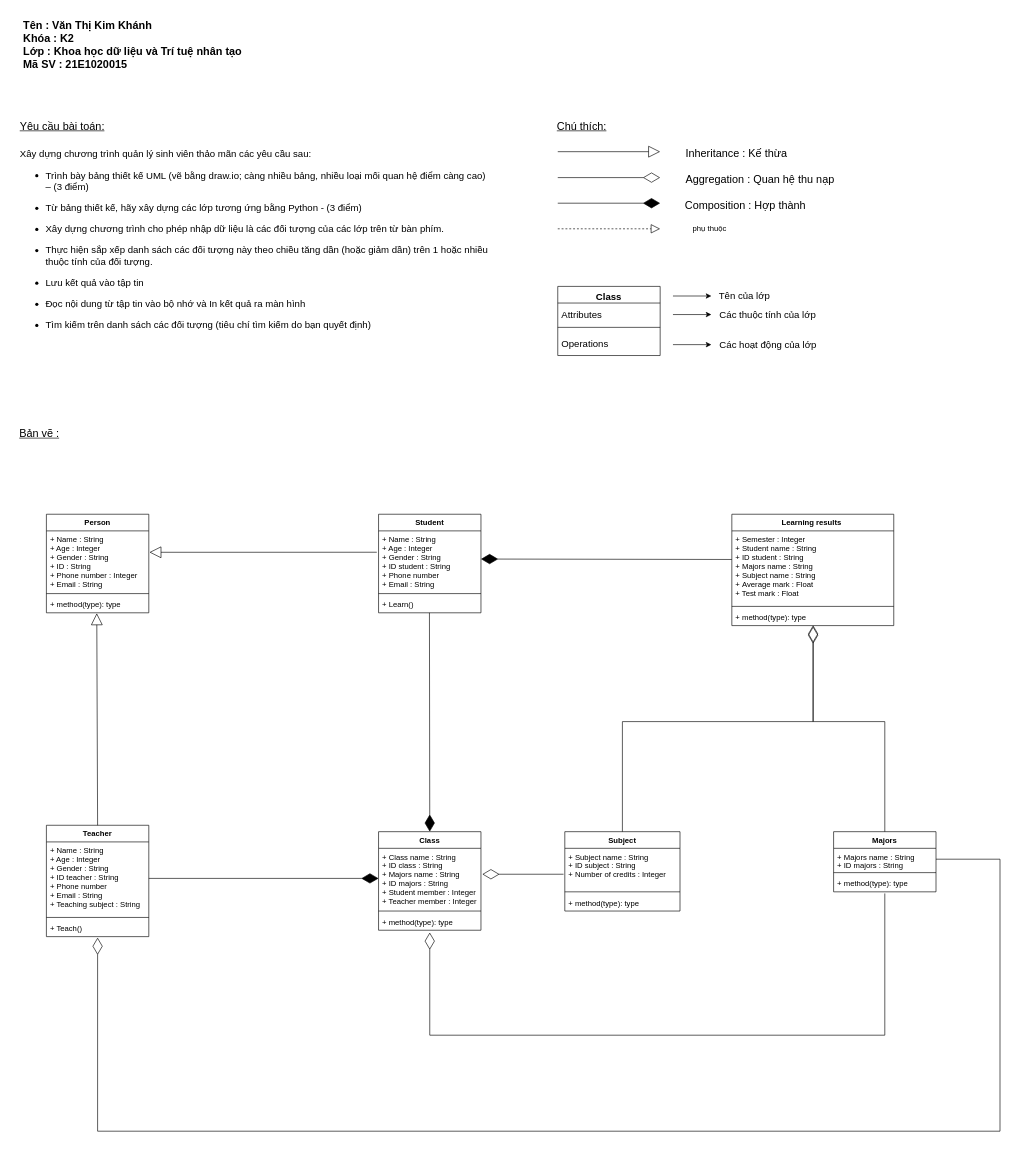
Above: Bản vẽ thiết kế UML đồ án Python.drawio in VanThiKimKhanh/Van_Thi_Kim_Khanh_K2_KHDLTTNT_NNLT_PYTHON (draw.io), before the change. Source tidied: cells renumbered, new cells numbered last; positions are measured from the earlier drawing's top-left corner, leaving out a move shared by most shapes. Both pictures are drawn from the tidied source at 64%, with x=0, y=0 at pixel (11, 11).
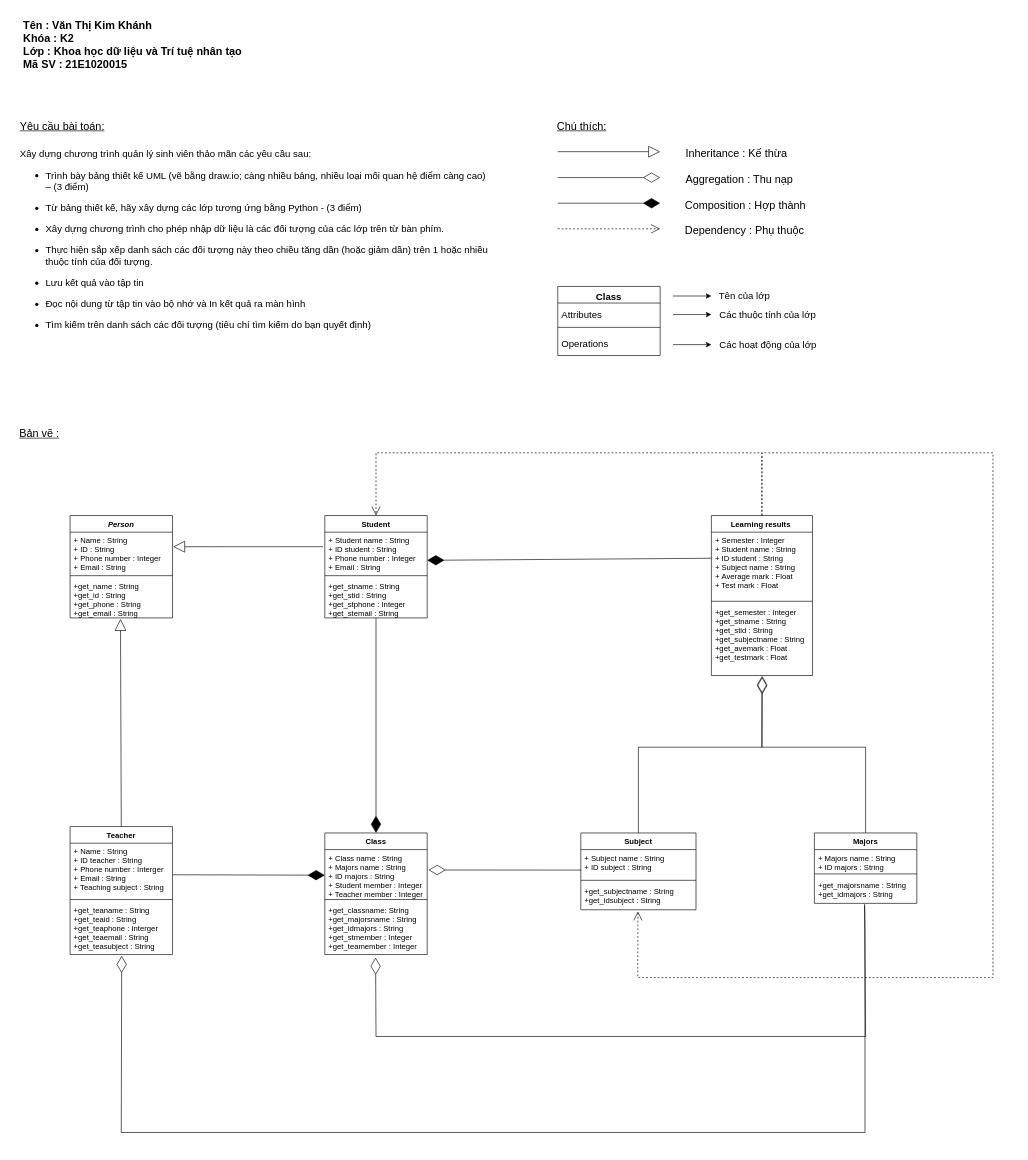
Above is the later version.

Unchanged cells that the change refers to:
```xml
<mxCell id="32" value="+ Majors name : String&#10;+ ID majors : String" style="text;strokeColor=none;fillColor=none;align=left;verticalAlign=top;spacingLeft=4;spacingRight=4;overflow=hidden;points=[[0,0.5],[1,0.5]];portConstraint=eastwest;" parent="31" vertex="1">
  <mxGeometry y="26" width="160" height="34" as="geometry" />
</mxCell>
```

The edit, as a diff of the source:
```diff
@@
-    <mxCell id="9" value="Aggregation : Quan hệ thu nạp" style="text;html=1;align=left;verticalAlign=bottom;strokeColor=none;fillColor=none;fontSize=17;spacing=0;spacingTop=0;" parent="1" vertex="1">
-      <mxGeometry x="1054" y="244" width="250" height="30" as="geometry" />
+    <mxCell id="9" value="Aggregation : Thu nạp" style="text;html=1;align=left;verticalAlign=bottom;strokeColor=none;fillColor=none;fontSize=17;spacing=0;spacingTop=0;" parent="1" vertex="1">
+      <mxGeometry x="1054" y="244" width="180" height="30" as="geometry" />
     </mxCell>
@@
-    <mxCell id="23" value="Person" style="swimlane;fontStyle=1;align=center;verticalAlign=top;horizontal=1;startSize=26;" parent="1" vertex="1">
-      <mxGeometry x="55" y="786" width="160" height="154" as="geometry" />
+    <mxCell id="23" value="Person" style="swimlane;fontStyle=3;align=center;verticalAlign=top;horizontal=1;startSize=26;" parent="1" vertex="1">
+      <mxGeometry x="92" y="788" width="160" height="160" as="geometry" />
     </mxCell>
-    <mxCell id="24" value="+ Name : String&#10;+ Age : Integer&#10;+ Gender : String&#10;+ ID : String&#10;+ Phone number : Integer&#10;+ Email : String" style="text;strokeColor=none;fillColor=none;align=left;verticalAlign=top;spacingLeft=4;spacingRight=4;overflow=hidden;points=[[0,0.5],[1,0.5]];portConstraint=eastwest;" parent="23" vertex="1">
-      <mxGeometry y="26" width="160" height="94" as="geometry" />
+    <mxCell id="24" value="+ Name : String&#10;+ ID : String&#10;+ Phone number : Integer&#10;+ Email : String" style="text;strokeColor=none;fillColor=none;align=left;verticalAlign=top;spacingLeft=4;spacingRight=4;overflow=hidden;points=[[0,0.5],[1,0.5]];portConstraint=eastwest;" parent="23" vertex="1">
+      <mxGeometry y="26" width="160" height="64" as="geometry" />
     </mxCell>
     <mxCell id="25" style="line;strokeWidth=1;fillColor=none;align=left;verticalAlign=middle;spacingTop=-1;spacingLeft=3;spacingRight=3;labelPosition=right;" parent="23" vertex="1">
-      <mxGeometry y="120" width="160" height="8" as="geometry" />
+      <mxGeometry y="90" width="160" height="8" as="geometry" />
     </mxCell>
-    <mxCell id="26" value="+ method(type): type" style="text;strokeColor=none;fillColor=none;align=left;verticalAlign=top;spacingLeft=4;spacingRight=4;overflow=hidden;points=[[0,0.5],[1,0.5]];portConstraint=eastwest;" parent="23" vertex="1">
-      <mxGeometry y="128" width="160" height="26" as="geometry" />
+    <mxCell id="26" value="+get_name : String&#10;+get_id : String&#10;+get_phone : String&#10;+get_email : String" style="text;strokeColor=none;fillColor=none;align=left;verticalAlign=top;spacingLeft=4;spacingRight=4;overflow=hidden;points=[[0,0.5],[1,0.5]];portConstraint=eastwest;" parent="23" vertex="1">
+      <mxGeometry y="98" width="160" height="62" as="geometry" />
     </mxCell>
     <mxCell id="27" value="Subject" style="swimlane;fontStyle=1;align=center;verticalAlign=top;horizontal=1;startSize=26;" parent="1" vertex="1">
-      <mxGeometry x="865" y="1282" width="180" height="124" as="geometry" />
+      <mxGeometry x="890" y="1284" width="180" height="120" as="geometry" />
     </mxCell>
-    <mxCell id="28" value="+ Subject name : String&#10;+ ID subject : String&#10;+ Number of credits : Integer" style="text;strokeColor=none;fillColor=none;align=left;verticalAlign=top;spacingLeft=4;spacingRight=4;overflow=hidden;points=[[0,0.5],[1,0.5]];portConstraint=eastwest;" parent="27" vertex="1">
-      <mxGeometry y="26" width="180" height="64" as="geometry" />
+    <mxCell id="28" value="+ Subject name : String&#10;+ ID subject : String" style="text;strokeColor=none;fillColor=none;align=left;verticalAlign=top;spacingLeft=4;spacingRight=4;overflow=hidden;points=[[0,0.5],[1,0.5]];portConstraint=eastwest;" parent="27" vertex="1">
+      <mxGeometry y="26" width="180" height="44" as="geometry" />
     </mxCell>
     <mxCell id="29" style="line;strokeWidth=1;fillColor=none;align=left;verticalAlign=middle;spacingTop=-1;spacingLeft=3;spacingRight=3;labelPosition=right;" parent="27" vertex="1">
-      <mxGeometry y="90" width="180" height="8" as="geometry" />
+      <mxGeometry y="70" width="180" height="8" as="geometry" />
     </mxCell>
-    <mxCell id="30" value="+ method(type): type" style="text;strokeColor=none;fillColor=none;align=left;verticalAlign=top;spacingLeft=4;spacingRight=4;overflow=hidden;points=[[0,0.5],[1,0.5]];portConstraint=eastwest;" parent="27" vertex="1">
-      <mxGeometry y="98" width="180" height="26" as="geometry" />
+    <mxCell id="30" value="+get_subjectname : String&#10;+get_idsubject : String" style="text;strokeColor=none;fillColor=none;align=left;verticalAlign=top;spacingLeft=4;spacingRight=4;overflow=hidden;points=[[0,0.5],[1,0.5]];portConstraint=eastwest;" parent="27" vertex="1">
+      <mxGeometry y="78" width="180" height="42" as="geometry" />
     </mxCell>
     <mxCell id="31" value="Majors" style="swimlane;fontStyle=1;align=center;verticalAlign=top;horizontal=1;startSize=26;" parent="1" vertex="1">
-      <mxGeometry x="1285" y="1282" width="160" height="94" as="geometry" />
+      <mxGeometry x="1255" y="1284" width="160" height="110" as="geometry" />
     </mxCell>
@@
-    <mxCell id="34" value="+ method(type): type" style="text;strokeColor=none;fillColor=none;align=left;verticalAlign=top;spacingLeft=4;spacingRight=4;overflow=hidden;points=[[0,0.5],[1,0.5]];portConstraint=eastwest;" parent="31" vertex="1">
-      <mxGeometry y="68" width="160" height="26" as="geometry" />
+    <mxCell id="34" value="+get_majorsname : String&#10;+get_idmajors : String" style="text;strokeColor=none;fillColor=none;align=left;verticalAlign=top;spacingLeft=4;spacingRight=4;overflow=hidden;points=[[0,0.5],[1,0.5]];portConstraint=eastwest;" parent="31" vertex="1">
+      <mxGeometry y="68" width="160" height="42" as="geometry" />
     </mxCell>
     <mxCell id="35" value="Teacher" style="swimlane;fontStyle=1;align=center;verticalAlign=top;horizontal=1;startSize=26;" parent="1" vertex="1">
-      <mxGeometry x="55" y="1272" width="160" height="174" as="geometry" />
+      <mxGeometry x="92" y="1274" width="160" height="200" as="geometry" />
     </mxCell>
-    <mxCell id="36" value="+ Name : String&#10;+ Age : Integer&#10;+ Gender : String&#10;+ ID teacher : String&#10;+ Phone number&#10;+ Email : String&#10;+ Teaching subject : String" style="text;strokeColor=none;fillColor=none;align=left;verticalAlign=top;spacingLeft=4;spacingRight=4;overflow=hidden;points=[[0,0.5],[1,0.5]];portConstraint=eastwest;" parent="35" vertex="1">
-      <mxGeometry y="26" width="160" height="114" as="geometry" />
+    <mxCell id="36" value="+ Name : String&#10;+ ID teacher : String&#10;+ Phone number : Interger&#10;+ Email : String&#10;+ Teaching subject : String" style="text;strokeColor=none;fillColor=none;align=left;verticalAlign=top;spacingLeft=4;spacingRight=4;overflow=hidden;points=[[0,0.5],[1,0.5]];portConstraint=eastwest;" parent="35" vertex="1">
+      <mxGeometry y="26" width="160" height="84" as="geometry" />
     </mxCell>
     <mxCell id="37" style="line;strokeWidth=1;fillColor=none;align=left;verticalAlign=middle;spacingTop=-1;spacingLeft=3;spacingRight=3;labelPosition=right;" parent="35" vertex="1">
-      <mxGeometry y="140" width="160" height="8" as="geometry" />
+      <mxGeometry y="110" width="160" height="8" as="geometry" />
     </mxCell>
-    <mxCell id="38" value="+ Teach()" style="text;strokeColor=none;fillColor=none;align=left;verticalAlign=top;spacingLeft=4;spacingRight=4;overflow=hidden;points=[[0,0.5],[1,0.5]];portConstraint=eastwest;" parent="35" vertex="1">
-      <mxGeometry y="148" width="160" height="26" as="geometry" />
+    <mxCell id="38" value="+get_teaname : String&#10;+get_teaid : String&#10;+get_teaphone : Interger&#10;+get_teaemail : String&#10;+get_teasubject : String" style="text;strokeColor=none;fillColor=none;align=left;verticalAlign=top;spacingLeft=4;spacingRight=4;overflow=hidden;points=[[0,0.5],[1,0.5]];portConstraint=eastwest;" parent="35" vertex="1">
+      <mxGeometry y="118" width="160" height="82" as="geometry" />
     </mxCell>
     <mxCell id="39" value="Student" style="swimlane;fontStyle=1;align=center;verticalAlign=top;horizontal=1;startSize=26;" parent="1" vertex="1">
-      <mxGeometry x="574" y="786" width="160" height="154" as="geometry" />
+      <mxGeometry x="490" y="788" width="160" height="160" as="geometry" />
     </mxCell>
-    <mxCell id="40" value="+ Name : String&#10;+ Age : Integer&#10;+ Gender : String&#10;+ ID student : String&#10;+ Phone number&#10;+ Email : String" style="text;strokeColor=none;fillColor=none;align=left;verticalAlign=top;spacingLeft=4;spacingRight=4;overflow=hidden;points=[[0,0.5],[1,0.5]];portConstraint=eastwest;" parent="39" vertex="1">
-      <mxGeometry y="26" width="160" height="94" as="geometry" />
+    <mxCell id="40" value="+ Student name : String&#10;+ ID student : String&#10;+ Phone number : Integer&#10;+ Email : String" style="text;strokeColor=none;fillColor=none;align=left;verticalAlign=top;spacingLeft=4;spacingRight=4;overflow=hidden;points=[[0,0.5],[1,0.5]];portConstraint=eastwest;" parent="39" vertex="1">
+      <mxGeometry y="26" width="160" height="64" as="geometry" />
     </mxCell>
     <mxCell id="41" style="line;strokeWidth=1;fillColor=none;align=left;verticalAlign=middle;spacingTop=-1;spacingLeft=3;spacingRight=3;labelPosition=right;" parent="39" vertex="1">
-      <mxGeometry y="120" width="160" height="8" as="geometry" />
+      <mxGeometry y="90" width="160" height="8" as="geometry" />
     </mxCell>
-    <mxCell id="42" value="+ Learn()" style="text;strokeColor=none;fillColor=none;align=left;verticalAlign=top;spacingLeft=4;spacingRight=4;overflow=hidden;points=[[0,0.5],[1,0.5]];portConstraint=eastwest;" parent="39" vertex="1">
-      <mxGeometry y="128" width="160" height="26" as="geometry" />
+    <mxCell id="42" value="+get_stname : String&#10;+get_stid : String&#10;+get_stphone : Integer&#10;+get_stemail : String &#10;" style="text;strokeColor=none;fillColor=none;align=left;verticalAlign=top;spacingLeft=4;spacingRight=4;overflow=hidden;points=[[0,0.5],[1,0.5]];portConstraint=eastwest;" parent="39" vertex="1">
+      <mxGeometry y="98" width="160" height="62" as="geometry" />
     </mxCell>
     <mxCell id="43" value="Learning results " style="swimlane;fontStyle=1;align=center;verticalAlign=top;horizontal=1;startSize=26;" parent="1" vertex="1">
-      <mxGeometry x="1126" y="786" width="253" height="174" as="geometry" />
+      <mxGeometry x="1094" y="788" width="158" height="250" as="geometry" />
     </mxCell>
-    <mxCell id="44" value="+ Semester : Integer&#10;+ Student name : String&#10;+ ID student : String&#10;+ Majors name : String&#10;+ Subject name : String&#10;+ Average mark : Float&#10;+ Test mark : Float" style="text;strokeColor=none;fillColor=none;align=left;verticalAlign=top;spacingLeft=4;spacingRight=4;overflow=hidden;points=[[0,0.5],[1,0.5]];portConstraint=eastwest;" parent="43" vertex="1">
-      <mxGeometry y="26" width="253" height="114" as="geometry" />
+    <mxCell id="44" value="+ Semester : Integer&#10;+ Student name : String&#10;+ ID student : String&#10;+ Subject name : String&#10;+ Average mark : Float&#10;+ Test mark : Float" style="text;strokeColor=none;fillColor=none;align=left;verticalAlign=top;spacingLeft=4;spacingRight=4;overflow=hidden;points=[[0,0.5],[1,0.5]];portConstraint=eastwest;" parent="43" vertex="1">
+      <mxGeometry y="26" width="158" height="104" as="geometry" />
     </mxCell>
     <mxCell id="45" style="line;strokeWidth=1;fillColor=none;align=left;verticalAlign=middle;spacingTop=-1;spacingLeft=3;spacingRight=3;labelPosition=right;" parent="43" vertex="1">
-      <mxGeometry y="140" width="253" height="8" as="geometry" />
+      <mxGeometry y="130" width="158" height="8" as="geometry" />
     </mxCell>
-    <mxCell id="46" value="+ method(type): type" style="text;strokeColor=none;fillColor=none;align=left;verticalAlign=top;spacingLeft=4;spacingRight=4;overflow=hidden;points=[[0,0.5],[1,0.5]];portConstraint=eastwest;" parent="43" vertex="1">
-      <mxGeometry y="148" width="253" height="26" as="geometry" />
+    <mxCell id="46" value="+get_semester : Integer&#10;+get_stname : String&#10;+get_stid : String&#10;+get_subjectname : String&#10;+get_avemark : Float&#10;+get_testmark : Float" style="text;strokeColor=none;fillColor=none;align=left;verticalAlign=top;spacingLeft=4;spacingRight=4;overflow=hidden;points=[[0,0.5],[1,0.5]];portConstraint=eastwest;" parent="43" vertex="1">
+      <mxGeometry y="138" width="158" height="112" as="geometry" />
     </mxCell>
@@
     <mxCell id="49" value="Class" style="swimlane;fontStyle=1;align=center;verticalAlign=top;horizontal=1;startSize=26;" parent="1" vertex="1">
-      <mxGeometry x="574" y="1282" width="160" height="154" as="geometry" />
+      <mxGeometry x="490" y="1284" width="160" height="190" as="geometry" />
     </mxCell>
-    <mxCell id="50" value="+ Class name : String&#10;+ ID class : String&#10;+ Majors name : String&#10;+ ID majors : String&#10;+ Student member : Integer&#10;+ Teacher member : Integer&#10;&#10;&#10;" style="text;strokeColor=none;fillColor=none;align=left;verticalAlign=top;spacingLeft=4;spacingRight=4;overflow=hidden;points=[[0,0.5],[1,0.5]];portConstraint=eastwest;" parent="49" vertex="1">
-      <mxGeometry y="26" width="160" height="94" as="geometry" />
+    <mxCell id="50" value="+ Class name : String&#10;+ Majors name : String&#10;+ ID majors : String&#10;+ Student member : Integer&#10;+ Teacher member : Integer&#10;&#10;&#10;" style="text;strokeColor=none;fillColor=none;align=left;verticalAlign=top;spacingLeft=4;spacingRight=4;overflow=hidden;points=[[0,0.5],[1,0.5]];portConstraint=eastwest;" parent="49" vertex="1">
+      <mxGeometry y="26" width="160" height="74" as="geometry" />
     </mxCell>
     <mxCell id="51" style="line;strokeWidth=1;fillColor=none;align=left;verticalAlign=middle;spacingTop=-1;spacingLeft=3;spacingRight=3;labelPosition=right;" parent="49" vertex="1">
-      <mxGeometry y="120" width="160" height="8" as="geometry" />
+      <mxGeometry y="100" width="160" height="8" as="geometry" />
     </mxCell>
-    <mxCell id="52" value="+ method(type): type" style="text;strokeColor=none;fillColor=none;align=left;verticalAlign=top;spacingLeft=4;spacingRight=4;overflow=hidden;points=[[0,0.5],[1,0.5]];portConstraint=eastwest;" parent="49" vertex="1">
-      <mxGeometry y="128" width="160" height="26" as="geometry" />
+    <mxCell id="52" value="+get_classname: String&#10;+get_majorsname : String&#10;+get_idmajors : String&#10;+get_stmember : Integer&#10;+get_teamember : Integer&#10;" style="text;strokeColor=none;fillColor=none;align=left;verticalAlign=top;spacingLeft=4;spacingRight=4;overflow=hidden;points=[[0,0.5],[1,0.5]];portConstraint=eastwest;" parent="49" vertex="1">
+      <mxGeometry y="108" width="160" height="82" as="geometry" />
     </mxCell>
-    <mxCell id="53" style="endArrow=diamondThin;endFill=1;endSize=24;html=1;rounded=0;fontSize=17;entryX=0.5;entryY=0;entryDx=0;entryDy=0;" parent="1" edge="1" target="49">
-      <mxGeometry relative="1" as="geometry">
-        <mxPoint x="653.5" y="940" as="sourcePoint" />
-      </mxGeometry>
+    <mxCell id="53" style="endArrow=diamondThin;endFill=1;endSize=24;html=1;rounded=0;fontSize=17;entryX=0.5;entryY=0;entryDx=0;entryDy=0;" parent="1" edge="1" source="42" target="49">
+      <mxGeometry relative="1" as="geometry" />
     </mxCell>
     <mxCell id="54" style="endArrow=diamondThin;endFill=1;endSize=24;html=1;rounded=0;fontSize=17;exitX=0;exitY=0.392;exitDx=0;exitDy=0;exitPerimeter=0;" parent="1" edge="1" source="44">
       <mxGeometry relative="1" as="geometry">
-        <mxPoint x="734" y="856" as="targetPoint" />
+        <mxPoint x="650" y="858" as="targetPoint" />
       </mxGeometry>
     </mxCell>
-    <mxCell id="55" style="endArrow=diamondThin;endFill=1;endSize=24;html=1;rounded=0;fontSize=17;exitX=1;exitY=0.5;exitDx=0;exitDy=0;" parent="1" edge="1" source="36" target="50">
-      <mxGeometry relative="1" as="geometry" />
-    </mxCell>
-    <mxCell id="56" style="endArrow=diamondThin;endFill=0;endSize=24;html=1;rounded=0;fontSize=17;exitX=0.5;exitY=0;exitDx=0;exitDy=0;entryX=0.502;entryY=1.058;entryDx=0;entryDy=0;entryPerimeter=0;" parent="1" edge="1" source="27" target="46">
-      <mxGeometry relative="1" as="geometry">
-        <Array as="points">
-          <mxPoint x="955" y="1110" />
-          <mxPoint x="1253" y="1110" />
-        </Array>
-      </mxGeometry>
-    </mxCell>
-    <mxCell id="57" style="endArrow=diamondThin;endFill=0;endSize=24;html=1;rounded=0;fontSize=17;exitX=0.5;exitY=0;exitDx=0;exitDy=0;entryX=0.502;entryY=0.981;entryDx=0;entryDy=0;entryPerimeter=0;" parent="1" edge="1" source="31" target="46">
-      <mxGeometry relative="1" as="geometry">
-        <Array as="points">
-          <mxPoint x="1365" y="1110" />
-          <mxPoint x="1253" y="1110" />
-        </Array>
-      </mxGeometry>
-    </mxCell>
-    <mxCell id="58" style="endArrow=diamondThin;endFill=0;endSize=24;html=1;rounded=0;fontSize=17;exitX=-0.011;exitY=0.633;exitDx=0;exitDy=0;exitPerimeter=0;entryX=1.013;entryY=0.431;entryDx=0;entryDy=0;entryPerimeter=0;" parent="1" edge="1" source="28" target="50">
+    <mxCell id="58" style="endArrow=diamondThin;endFill=0;endSize=24;html=1;rounded=0;fontSize=17;entryX=1.013;entryY=0.431;entryDx=0;entryDy=0;entryPerimeter=0;exitX=0.004;exitY=0.727;exitDx=0;exitDy=0;exitPerimeter=0;" parent="1" edge="1" source="28" target="50">
       <mxGeometry relative="1" as="geometry" />
     </mxCell>
-    <mxCell id="59" style="endArrow=diamondThin;endFill=0;endSize=24;html=1;rounded=0;fontSize=17;entryX=0.5;entryY=1.135;entryDx=0;entryDy=0;entryPerimeter=0;exitX=0.5;exitY=1.096;exitDx=0;exitDy=0;exitPerimeter=0;" parent="1" edge="1" source="34" target="52">
+    <mxCell id="59" style="endArrow=diamondThin;endFill=0;endSize=24;html=1;rounded=0;fontSize=17;entryX=0.496;entryY=1.057;entryDx=0;entryDy=0;entryPerimeter=0;exitX=0.49;exitY=1.079;exitDx=0;exitDy=0;exitPerimeter=0;" parent="1" edge="1" source="34" target="52">
       <mxGeometry relative="1" as="geometry">
         <Array as="points">
-          <mxPoint x="1365" y="1600" />
-          <mxPoint x="654" y="1600" />
+          <mxPoint x="1335" y="1602" />
+          <mxPoint x="570" y="1602" />
         </Array>
       </mxGeometry>
     </mxCell>
-    <mxCell id="60" style="endArrow=diamondThin;endFill=0;endSize=24;html=1;rounded=0;fontSize=17;entryX=0.5;entryY=1.058;entryDx=0;entryDy=0;entryPerimeter=0;exitX=1;exitY=0.5;exitDx=0;exitDy=0;" parent="1" edge="1" source="32" target="38">
+    <mxCell id="60" style="endArrow=diamondThin;endFill=0;endSize=24;html=1;rounded=0;fontSize=17;entryX=0.504;entryY=1.024;entryDx=0;entryDy=0;entryPerimeter=0;exitX=0.49;exitY=1.016;exitDx=0;exitDy=0;exitPerimeter=0;" parent="1" edge="1" source="34" target="38">
       <mxGeometry relative="1" as="geometry">
         <Array as="points">
-          <mxPoint x="1545" y="1325" />
-          <mxPoint x="1545" y="1750" />
-          <mxPoint x="135" y="1750" />
+          <mxPoint x="1334" y="1433" />
+          <mxPoint x="1334" y="1480" />
+          <mxPoint x="1334" y="1752" />
+          <mxPoint x="172" y="1752" />
         </Array>
       </mxGeometry>
     </mxCell>
-    <mxCell id="61" style="endArrow=block;dashed=1;endFill=0;endSize=12;html=1;rounded=0;" parent="1" edge="1">
-      <mxGeometry relative="1" as="geometry">
-        <mxPoint x="854" y="340" as="sourcePoint" />
-        <mxPoint x="1014" y="340" as="targetPoint" />
-      </mxGeometry>
-    </mxCell>
-    <mxCell id="62" value="phụ thuộc&lt;br&gt;" style="text;html=1;align=center;verticalAlign=middle;strokeColor=none;fillColor=none;" parent="1" vertex="1">
-      <mxGeometry x="1056" y="330" width="70" height="20" as="geometry" />
-    </mxCell>
+    <mxCell id="63" style="endArrow=open;endSize=12;dashed=1;html=1;rounded=0;" parent="1" edge="1">
+      <mxGeometry x="1" y="-112" relative="1" as="geometry">
+        <mxPoint x="854" y="340" as="sourcePoint" />
+        <mxPoint x="1014" y="340" as="targetPoint" />
+        <mxPoint x="110" y="-92" as="offset" />
+      </mxGeometry>
+    </mxCell>
+    <mxCell id="64" value="Dependency : Phụ thuộc" style="text;html=1;align=left;verticalAlign=bottom;strokeColor=none;fillColor=none;fontSize=17;spacing=0;" parent="1" vertex="1">
+      <mxGeometry x="1053" y="324" width="200" height="30" as="geometry" />
+    </mxCell>
+    <mxCell id="65" style="endArrow=diamondThin;endFill=1;endSize=24;html=1;rounded=0;fontSize=17;exitX=1.004;exitY=0.587;exitDx=0;exitDy=0;exitPerimeter=0;" parent="1" edge="1" source="36">
+      <mxGeometry relative="1" as="geometry">
+        <mxPoint x="490" y="1350" as="targetPoint" />
+      </mxGeometry>
+    </mxCell>
+    <mxCell id="56" style="endArrow=diamondThin;endFill=0;endSize=24;html=1;rounded=0;fontSize=17;exitX=0.5;exitY=0;exitDx=0;exitDy=0;entryX=0.502;entryY=1.006;entryDx=0;entryDy=0;entryPerimeter=0;" parent="1" edge="1" source="27" target="46">
+      <mxGeometry relative="1" as="geometry">
+        <Array as="points">
+          <mxPoint x="980" y="1150" />
+          <mxPoint x="1173" y="1150" />
+        </Array>
+      </mxGeometry>
+    </mxCell>
+    <mxCell id="57" style="endArrow=diamondThin;endFill=0;endSize=24;html=1;rounded=0;fontSize=17;entryX=0.502;entryY=1.024;entryDx=0;entryDy=0;entryPerimeter=0;exitX=0.5;exitY=0;exitDx=0;exitDy=0;" parent="1" edge="1" source="31" target="46">
+      <mxGeometry relative="1" as="geometry">
+        <Array as="points">
+          <mxPoint x="1335" y="1150" />
+          <mxPoint x="1173" y="1150" />
+        </Array>
+      </mxGeometry>
+    </mxCell>
+    <mxCell id="66" style="endArrow=open;endSize=12;dashed=1;html=1;rounded=0;exitX=0.5;exitY=0;exitDx=0;exitDy=0;entryX=0.5;entryY=0;entryDx=0;entryDy=0;" parent="1" edge="1" source="43" target="39">
+      <mxGeometry x="1" y="-112" relative="1" as="geometry">
+        <Array as="points">
+          <mxPoint x="1173" y="690" />
+          <mxPoint x="570" y="690" />
+        </Array>
+        <mxPoint x="110" y="-92" as="offset" />
+      </mxGeometry>
+    </mxCell>
+    <mxCell id="67" style="endArrow=open;endSize=12;dashed=1;html=1;rounded=0;exitX=0.5;exitY=0;exitDx=0;exitDy=0;entryX=0.496;entryY=1.063;entryDx=0;entryDy=0;entryPerimeter=0;" parent="1" edge="1" source="43" target="30">
+      <mxGeometry x="1" y="-112" relative="1" as="geometry">
+        <Array as="points">
+          <mxPoint x="1173" y="690" />
+          <mxPoint x="1534" y="690" />
+          <mxPoint x="1534" y="1510" />
+          <mxPoint x="979" y="1510" />
+        </Array>
+        <mxPoint x="110" y="-92" as="offset" />
+      </mxGeometry>
+    </mxCell>
```
